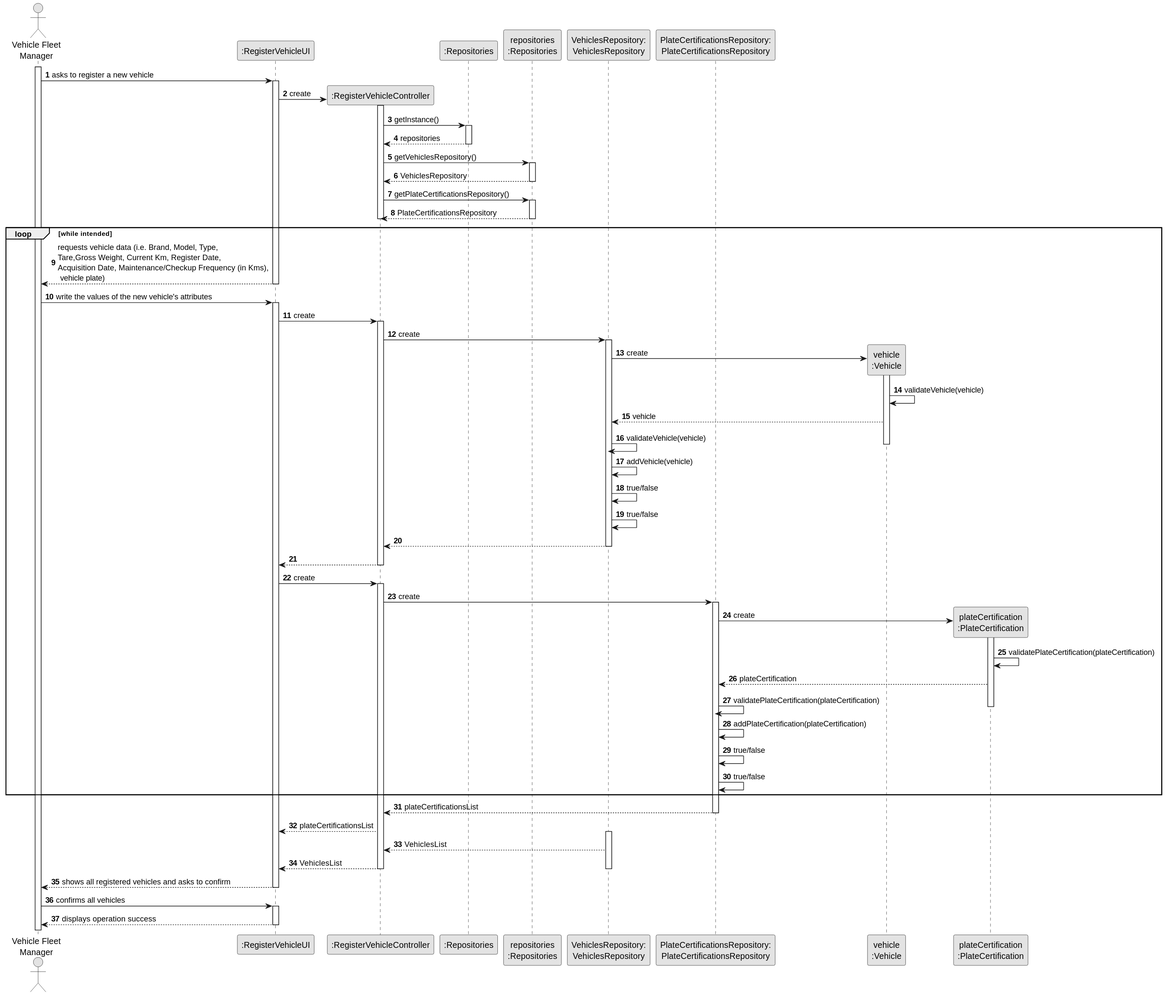
Earlier version of the PlantUML export docs/sprint2/us006/03.design/svg/us006-sequence-diagram-full.svg (1231360-ISEP/lei-24-s2-1db-g021).
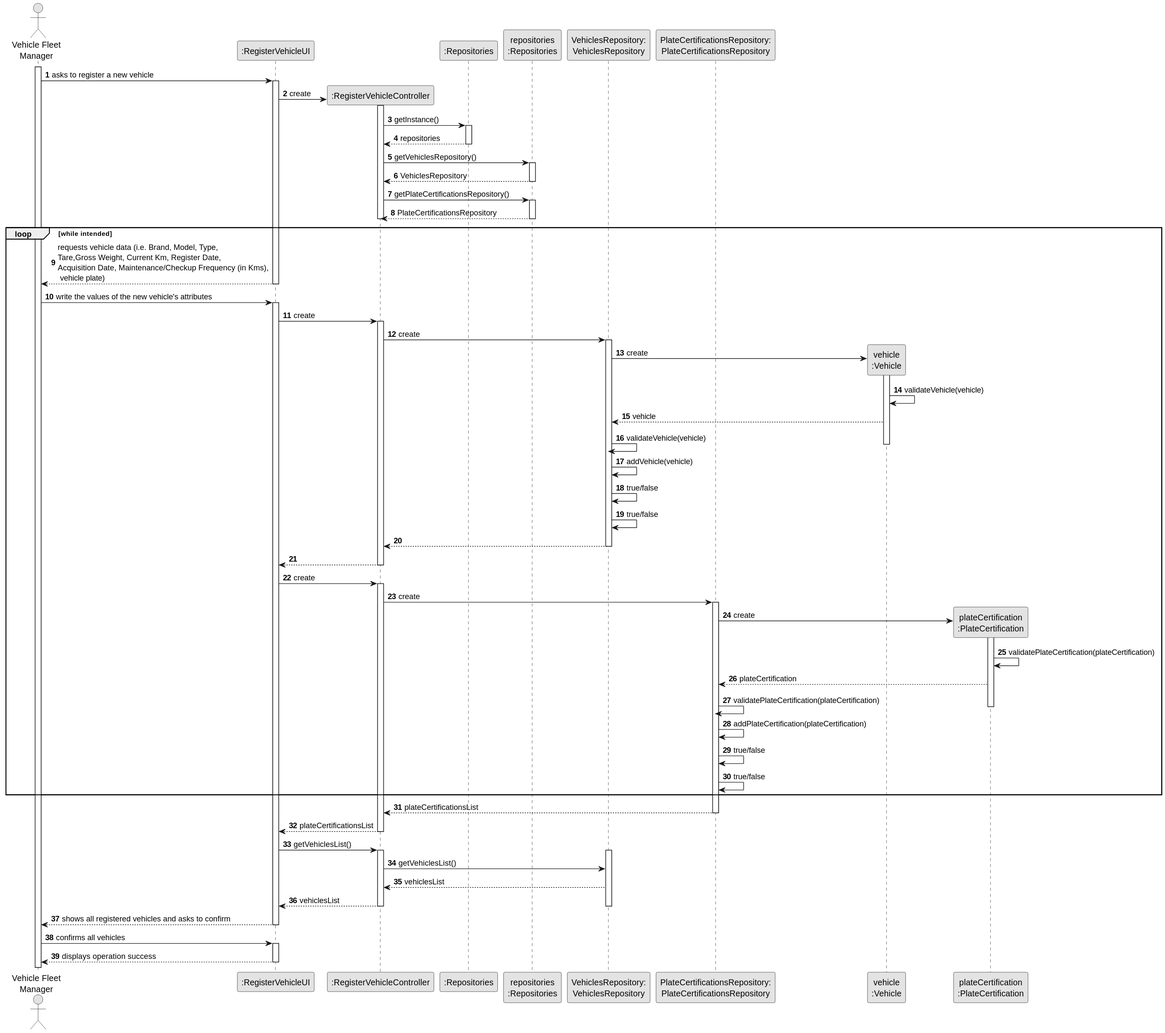
Above is the later version.

Commit message:
US6 - update class diagram and full diagram

The edit, as a diff of the source:
```diff
@@ -84,7 +84,7 @@
         CTRL -> PlateCertificationsRepository : create
     activate PlateCertificationsRepository
 
-    PlateCertificationsRepository -> PLATE_CERTIFICATION**: create
+        PlateCertificationsRepository -> PLATE_CERTIFICATION**: create
 
     activate PLATE_CERTIFICATION
         PLATE_CERTIFICATION -> PLATE_CERTIFICATION: validatePlateCertification(plateCertification)
@@ -102,11 +102,17 @@
     deactivate PlateCertificationsRepository
 
     CTRL --> UI : plateCertificationsList
+    deactivate CTRL
+
+    UI -> CTRL : getVehiclesList()
+    activate CTRL
 
     activate VehiclesRepository
 
-    CTRL <-- VehiclesRepository : VehiclesList
-    CTRL --> UI : VehiclesList
+    CTRL -> VehiclesRepository : getVehiclesList()
+
+    CTRL <-- VehiclesRepository : vehiclesList
+    CTRL --> UI : vehiclesList
     deactivate VehiclesRepository
 
     deactivate CTRL
```
